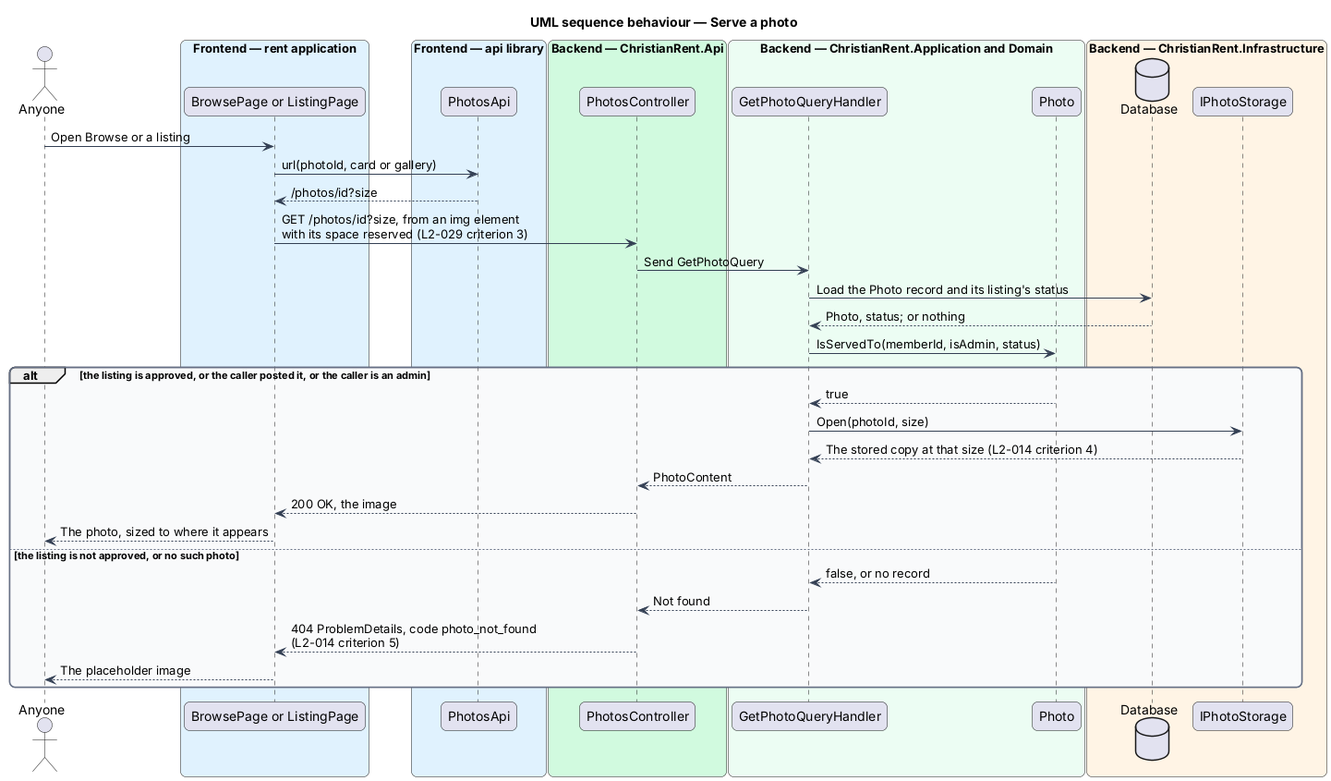
Above: docs/detailed-designs/listings/add-photos/diagrams/sequence-serve-photo.png in QuinntyneBrown/christian-rent (PlantUML), before the change.
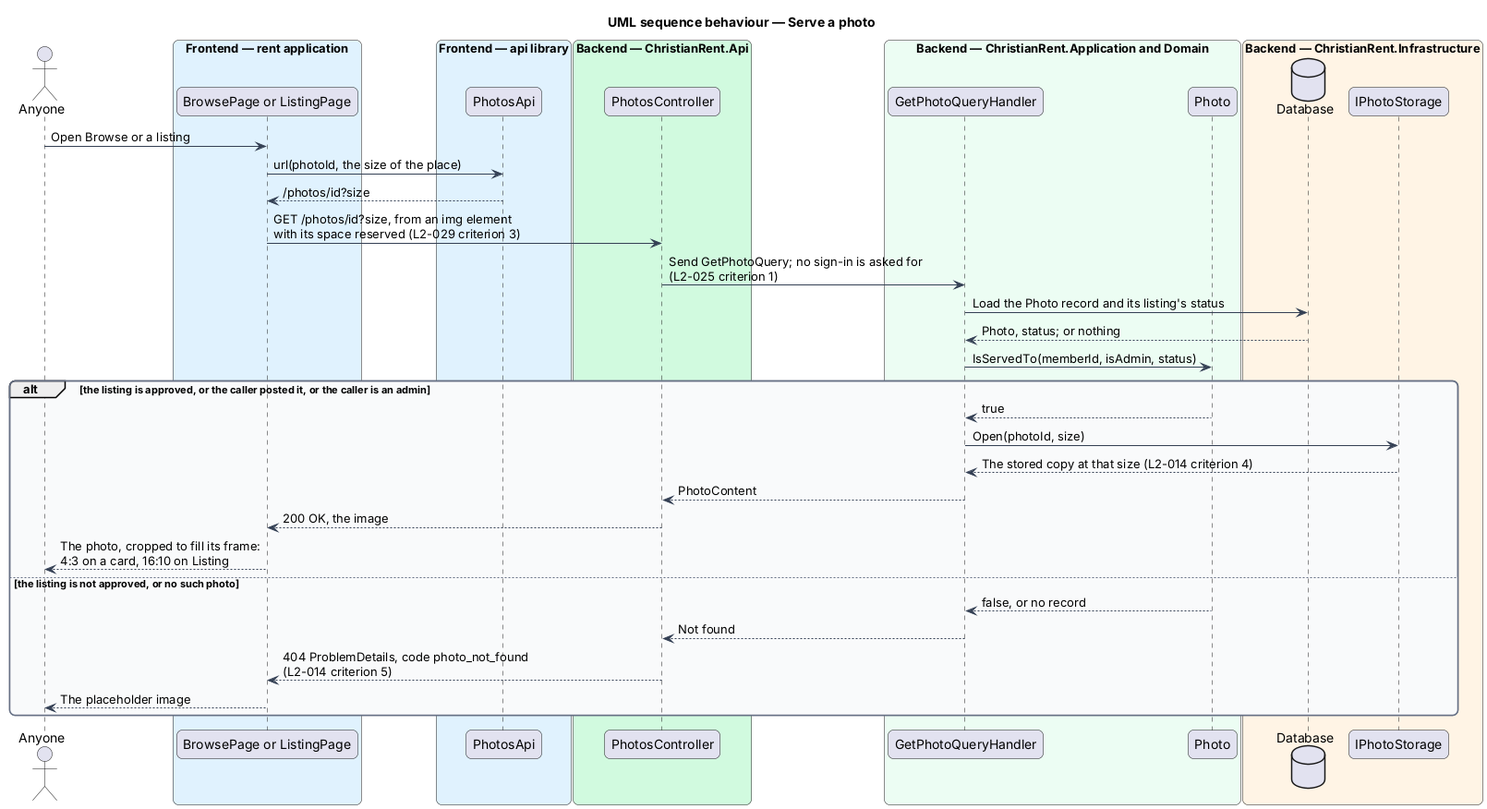
The same diagram one commit later.

Change to the diagram source:
```diff
@@ -33,10 +33,10 @@
   participant "IPhotoStorage" as storage
 end box
 actor -> page : Open Browse or a listing
-page -> client : url(photoId, card or gallery)
+page -> client : url(photoId, the size of the place)
 client --> page : /photos/id?size
 page -> controller : GET /photos/id?size, from an img element\nwith its space reserved (L2-029 criterion 3)
-controller -> handler : Send GetPhotoQuery
+controller -> handler : Send GetPhotoQuery; no sign-in is asked for\n(L2-025 criterion 1)
 handler -> db : Load the Photo record and its listing's status
 db --> handler : Photo, status; or nothing
 handler -> entity : IsServedTo(memberId, isAdmin, status)
@@ -46,7 +46,7 @@
   storage --> handler : The stored copy at that size (L2-014 criterion 4)
   handler --> controller : PhotoContent
   controller --> page : 200 OK, the image
-  page --> actor : The photo, sized to where it appears
+  page --> actor : The photo, cropped to fill its frame:\n4:3 on a card, 16:10 on Listing
 else the listing is not approved, or no such photo
   entity --> handler : false, or no record
   handler --> controller : Not found
```
